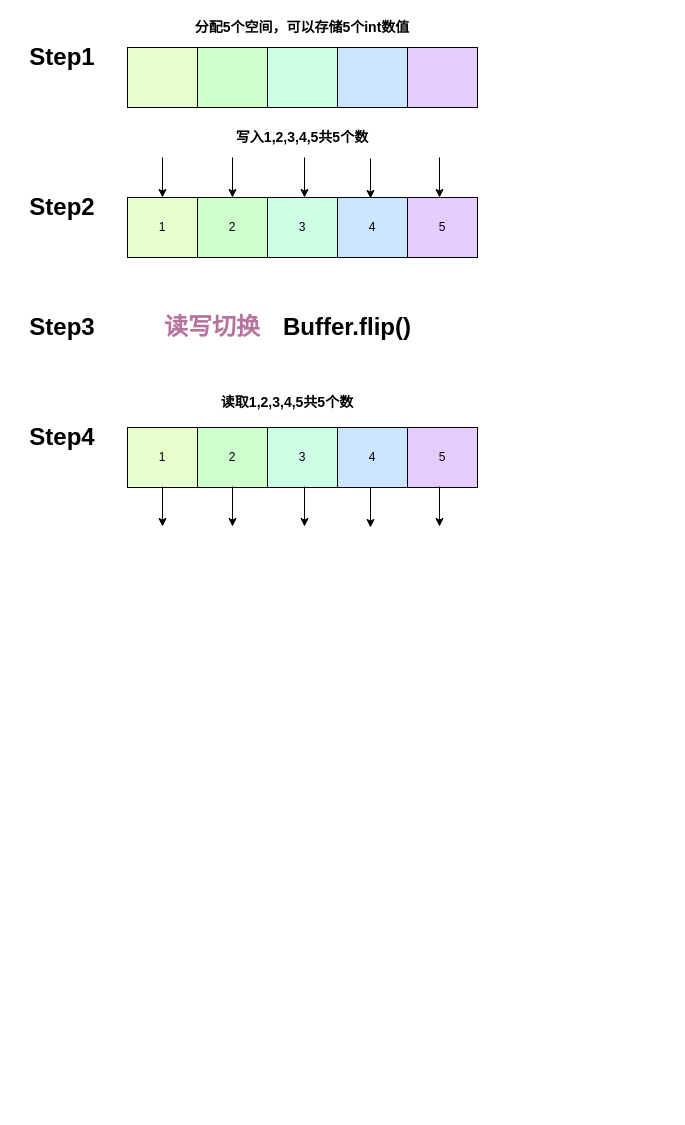
The draw.io diagram NettyDocument/画图原型/NIO-Buffer.dio in mangxiao2018/Netty-Learning, before the edit. Source tidied: cells renumbered, new cells numbered last; positions are measured from the earlier drawing's top-left corner, leaving out a move shared by most shapes. Both pictures are drawn from the tidied source at 100%, with x=0, y=0 at pixel (17, 17).
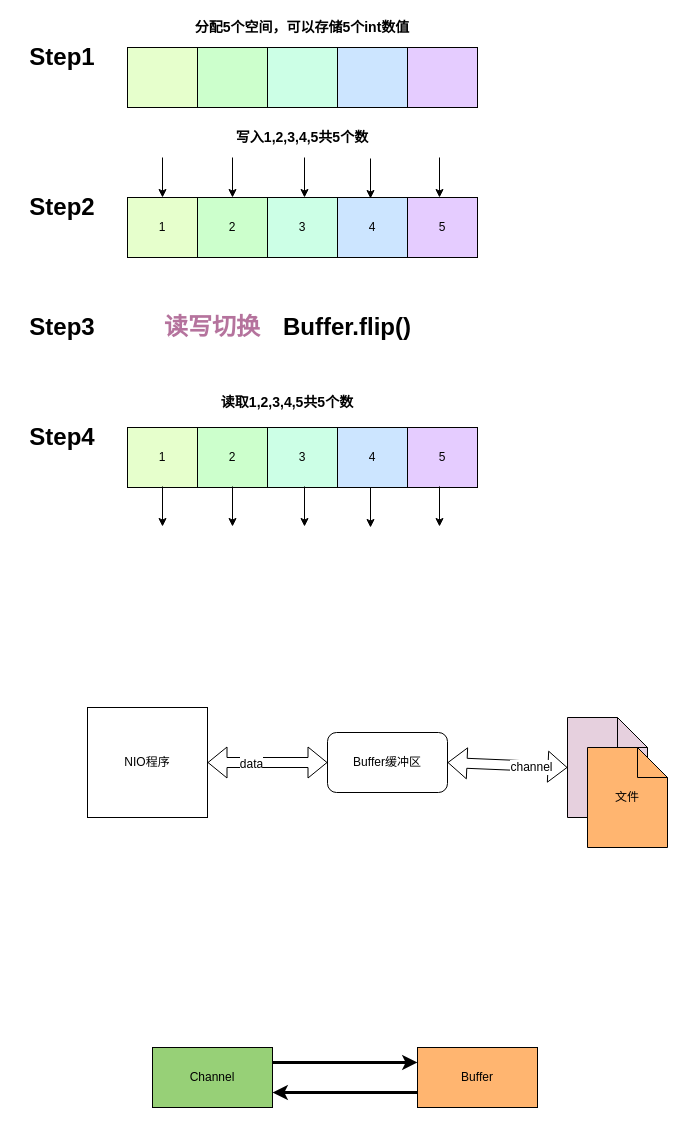
The same page after the edit.

Commit message:
buffer&channel原理图

Change to the diagram source:
```diff
@@
+    <mxCell id="39" value="NIO程序" style="rounded=0;whiteSpace=wrap;html=1;" parent="1" vertex="1">
+      <mxGeometry x="70" y="690" width="120" height="110" as="geometry" />
+    </mxCell>
+    <mxCell id="40" value="Buffer缓冲区" style="rounded=1;whiteSpace=wrap;html=1;" parent="1" vertex="1">
+      <mxGeometry x="310" y="715" width="120" height="60" as="geometry" />
+    </mxCell>
+    <mxCell id="41" style="shape=note;whiteSpace=wrap;html=1;fillColor=#E6D0DE;" parent="1" vertex="1">
+      <mxGeometry x="550" y="700" width="80" height="100" as="geometry" />
+    </mxCell>
+    <mxCell id="42" value="文件" style="shape=note;whiteSpace=wrap;html=1;fillColor=#FFB570;" parent="1" vertex="1">
+      <mxGeometry x="570" y="730" width="80" height="100" as="geometry" />
+    </mxCell>
+    <mxCell id="43" style="shape=flexArrow;endArrow=classic;startArrow=classic;html=1;fillColor=#ffffff;exitX=1;exitY=0.5;entryX=0;entryY=0.5;" parent="1" edge="1" source="39" target="40">
+      <mxGeometry relative="1" as="geometry" />
+    </mxCell>
+    <mxCell id="44" value="data" style="text;html=1;align=center;verticalAlign=middle;labelBackgroundColor=#ffffff;" parent="43" vertex="1">
+      <mxGeometry x="-0.29" y="-1" relative="1" as="geometry" />
+    </mxCell>
+    <mxCell id="45" style="shape=flexArrow;endArrow=classic;startArrow=classic;html=1;fillColor=#ffffff;exitX=1;exitY=0.5;entryX=0;entryY=0.5;" parent="1" edge="1" source="40" target="41">
+      <mxGeometry relative="1" as="geometry" />
+    </mxCell>
+    <mxCell id="46" value="channel" style="text;html=1;align=center;verticalAlign=middle;labelBackgroundColor=#ffffff;" parent="45" vertex="1">
+      <mxGeometry x="0.4" y="-1" relative="1" as="geometry" />
+    </mxCell>
+    <mxCell id="47" style="edgeStyle=orthogonalEdgeStyle;rounded=0;html=1;exitX=1;exitY=0.25;entryX=0;entryY=0.25;jettySize=auto;strokeWidth=3;" parent="1" edge="1" source="48" target="50">
+      <mxGeometry relative="1" as="geometry" />
+    </mxCell>
+    <mxCell id="48" value="Channel" style="rounded=0;whiteSpace=wrap;html=1;fillColor=#97D077;" parent="1" vertex="1">
+      <mxGeometry x="135" y="1030" width="120" height="60" as="geometry" />
+    </mxCell>
+    <mxCell id="49" style="edgeStyle=orthogonalEdgeStyle;rounded=0;html=1;exitX=0;exitY=0.75;entryX=1;entryY=0.75;jettySize=auto;strokeWidth=3;" parent="1" edge="1" source="50" target="48">
+      <mxGeometry relative="1" as="geometry" />
+    </mxCell>
+    <mxCell id="50" value="Buffer" style="rounded=0;whiteSpace=wrap;html=1;fillColor=#FFB570;" parent="1" vertex="1">
+      <mxGeometry x="400" y="1030" width="120" height="60" as="geometry" />
+    </mxCell>
```
